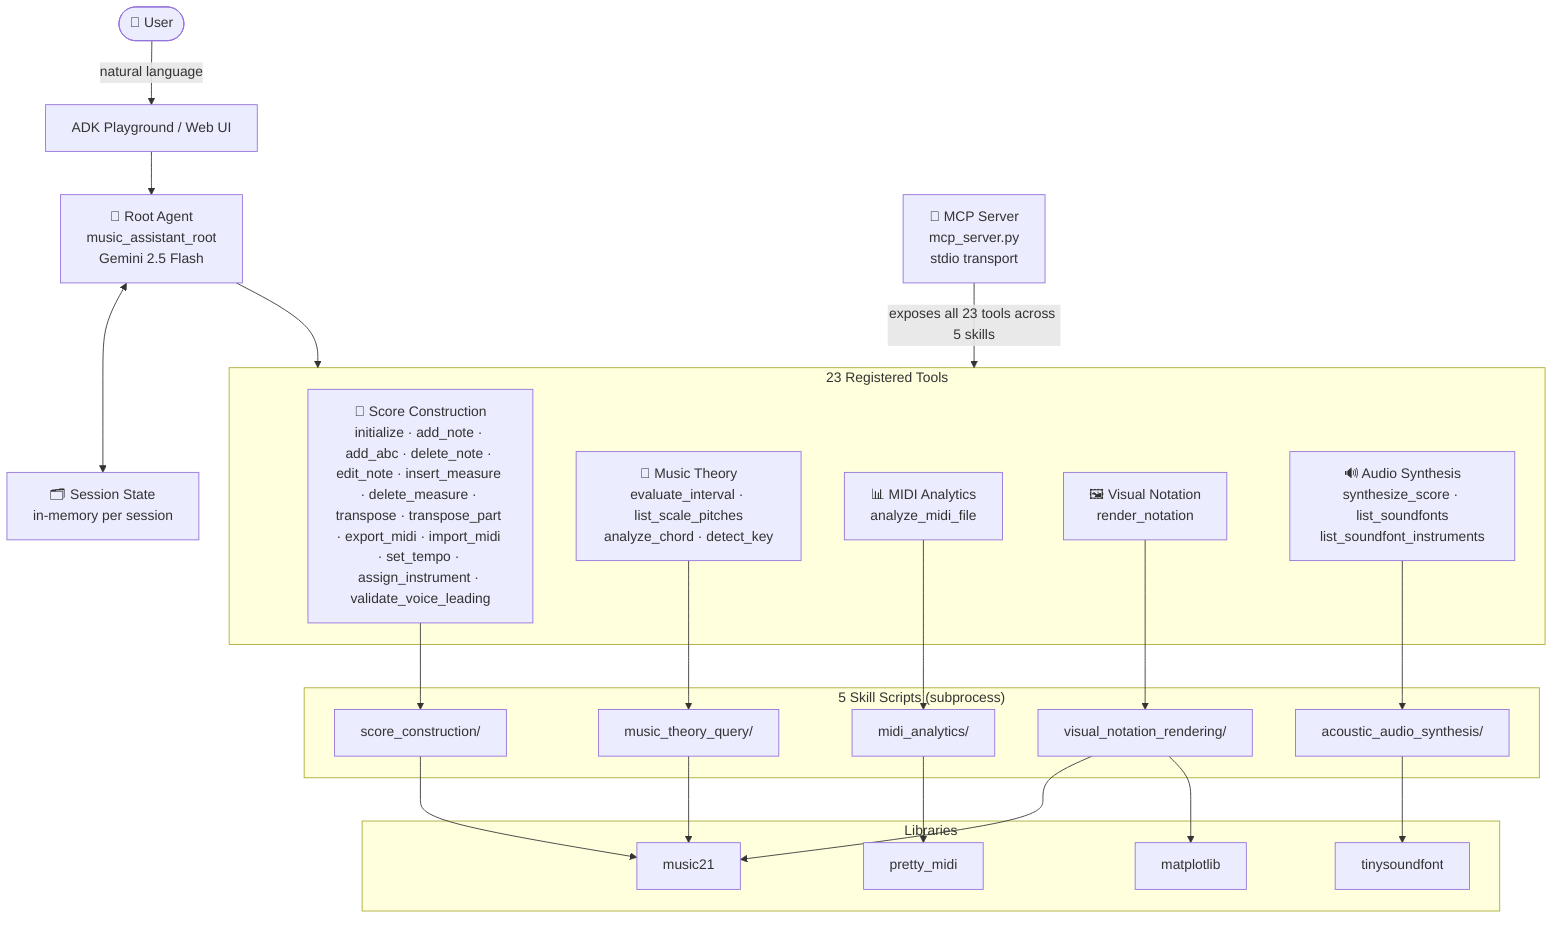
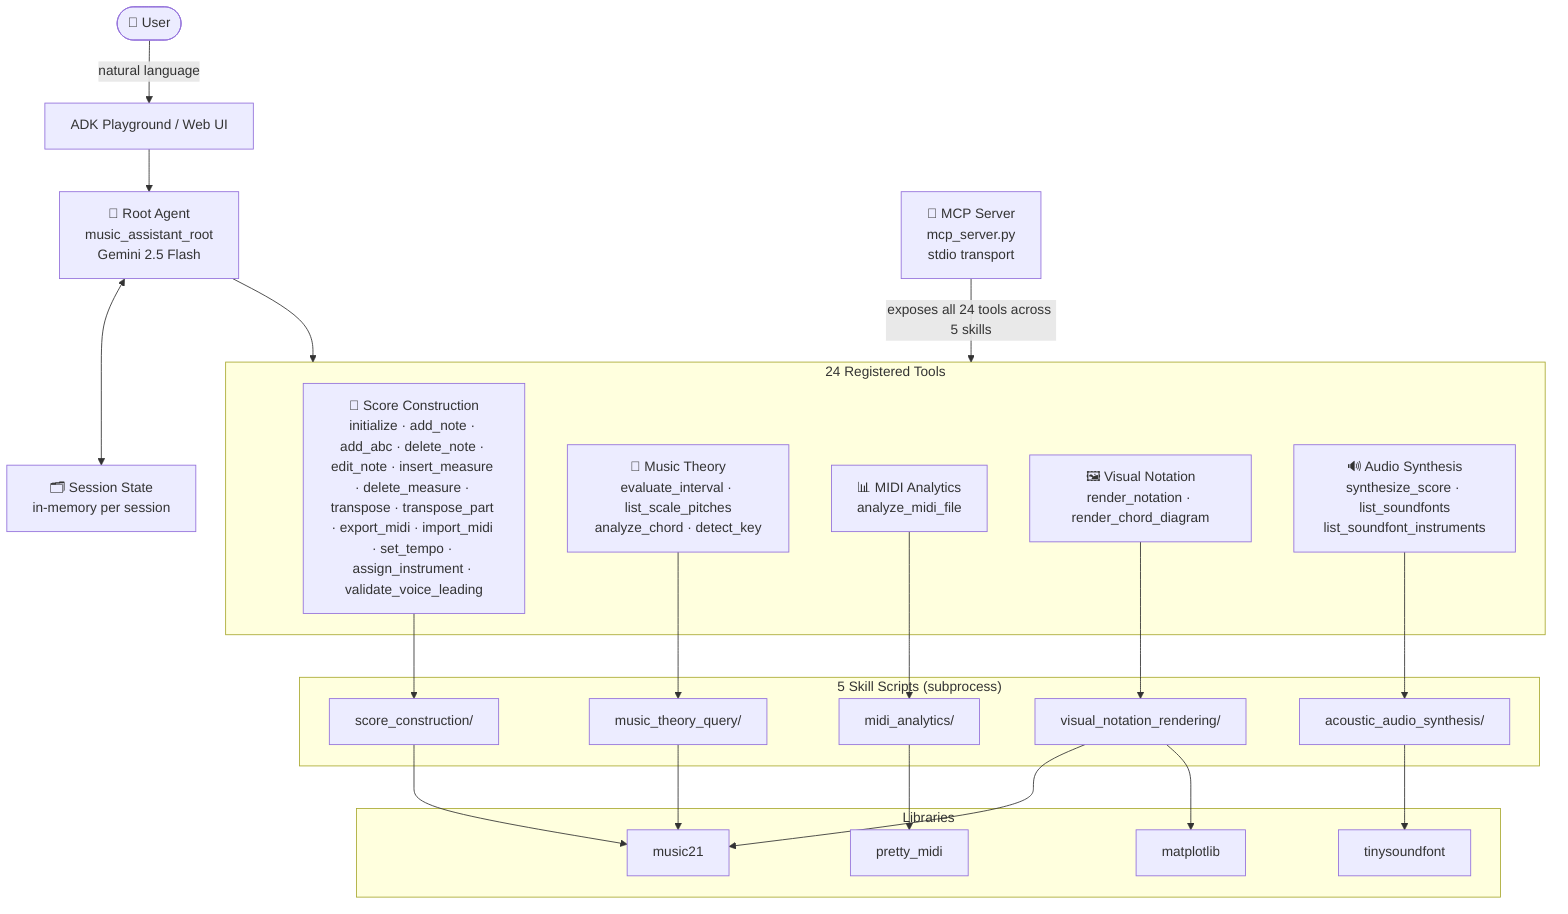
flowchart TD
    U(["👤 User"])
    PG["ADK Playground / Web UI"]
    A["🤖 Root Agent\nmusic_assistant_root\nGemini 2.5 Flash"]
    S["🗂️ Session State\nin-memory per session"]
    MCP["🔌 MCP Server\nmcp_server.py\nstdio transport"]

-     subgraph Tools ["23 Registered Tools"]
+     subgraph Tools ["24 Registered Tools"]
        T1["🎼 Score Construction\ninitialize · add_note · add_abc · delete_note · edit_note · insert_measure · delete_measure · transpose · transpose_part · export_midi · import_midi · set_tempo · assign_instrument · validate_voice_leading"]
        T2["🎵 Music Theory\nevaluate_interval · list_scale_pitches\nanalyze_chord · detect_key"]
        T3["📊 MIDI Analytics\nanalyze_midi_file"]
-         T4["🖼️ Visual Notation\nrender_notation"]
+         T4["🖼️ Visual Notation\nrender_notation · render_chord_diagram"]
        T5["🔊 Audio Synthesis\nsynthesize_score · list_soundfonts\nlist_soundfont_instruments"]
    end

    subgraph Skills ["5 Skill Scripts (subprocess)"]
        SK1["score_construction/"]
        SK2["music_theory_query/"]
        SK3["midi_analytics/"]
        SK4["visual_notation_rendering/"]
        SK5["acoustic_audio_synthesis/"]
    end

    subgraph Libs ["Libraries"]
        L1["music21"]
        L2["pretty_midi"]
        L3["matplotlib"]
        L4["tinysoundfont"]
    end

    U -->|"natural language"| PG
    PG --> A
    A <--> S
    A --> Tools
    T1 --> SK1
    T2 --> SK2
    T3 --> SK3
    T4 --> SK4
    T5 --> SK5
    SK1 & SK2 --> L1
    SK3 --> L2
    SK4 --> L1 & L3
    SK5 --> L4

-     MCP -->|"exposes all 23 tools across 5 skills"| Tools
+     MCP -->|"exposes all 24 tools across 5 skills"| Tools
